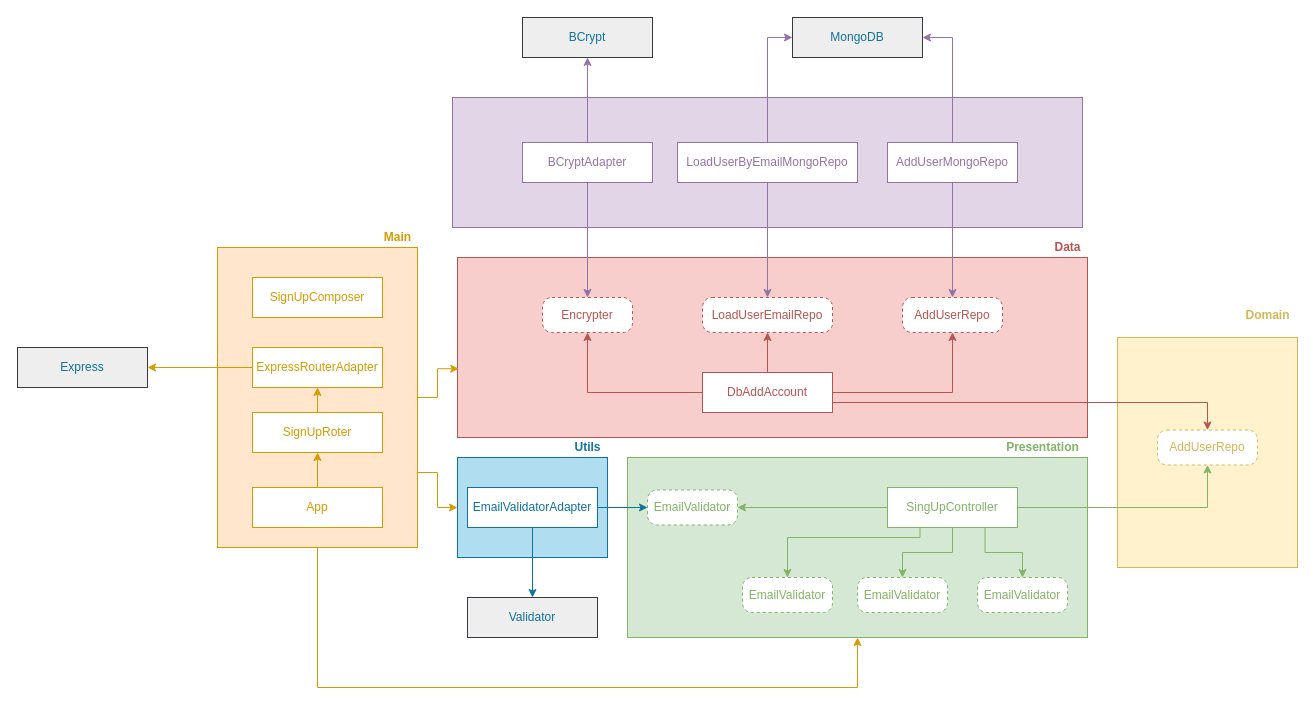
The draw.io diagram Untitled Diagram.drawio in thg021/cleanArchitecture, before the edit. Source tidied: cells renumbered, new cells numbered last; positions are measured from the earlier drawing's top-left corner, leaving out a move shared by most shapes. Both pictures are drawn from the tidied source at 100%, with x=0, y=0 at pixel (17, 17).
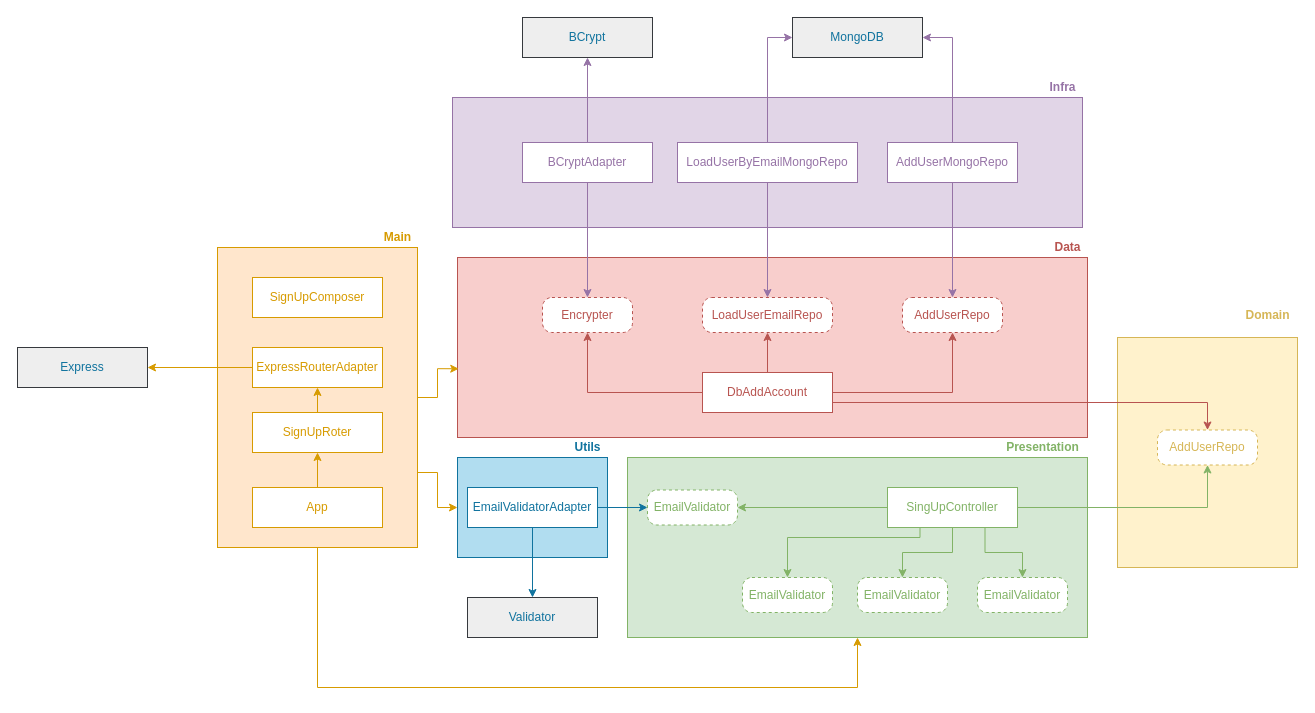
The same diagram, later.

Commit message:
Update titulo camada infra

Change to the diagram source:
```diff
@@
+    <mxCell id="58" value="&lt;b&gt;Infra&lt;/b&gt;" style="text;html=1;align=center;verticalAlign=middle;fontColor=#9673A6;" parent="1" vertex="1">
+      <mxGeometry x="1025" y="60" width="40" height="20" as="geometry" />
+    </mxCell>
```
